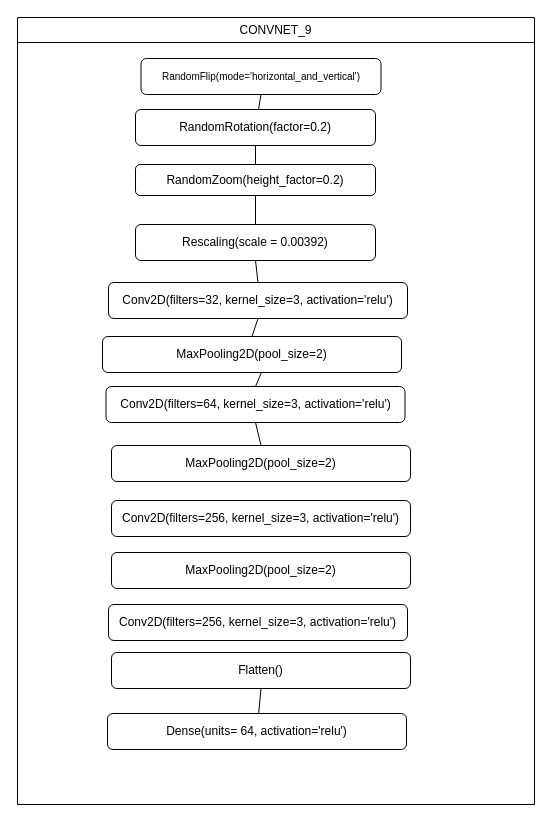
Above: page "CONVNET_17" (7 of 8) of bai_lam.drawio in zalexdevon/plant_disease_classifier_new (draw.io), before the change. Source tidied: cells renumbered, new cells numbered last; positions are measured from the earlier drawing's top-left corner, leaving out a move shared by most shapes. Both pictures are drawn from the tidied source at 100%, with x=0, y=0 at pixel (17, 17).
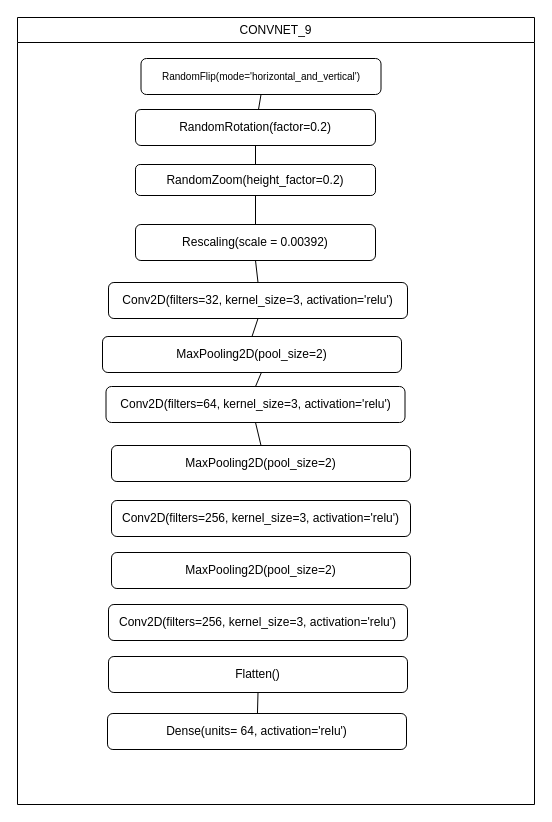
After the change.

The change refers to these unchanged cells:
```xml
<mxCell id="2" value="&lt;span style=&quot;font-weight: normal;&quot;&gt;CONVNET_9&lt;/span&gt;" style="swimlane;whiteSpace=wrap;html=1;startSize=25;" parent="1" vertex="1">
  <mxGeometry width="517" height="787" as="geometry" />
</mxCell>
```

Change to the diagram source:
```diff
@@
-    <mxCell id="21" value="Flatten()" style="rounded=1;whiteSpace=wrap;html=1;" parent="1" vertex="1">
-      <mxGeometry x="94" y="635" width="299" height="36" as="geometry" />
+    <mxCell id="21" value="Flatten()" style="rounded=1;whiteSpace=wrap;html=1;" parent="2" vertex="1">
+      <mxGeometry x="91" y="639" width="299" height="36" as="geometry" />
     </mxCell>
```
